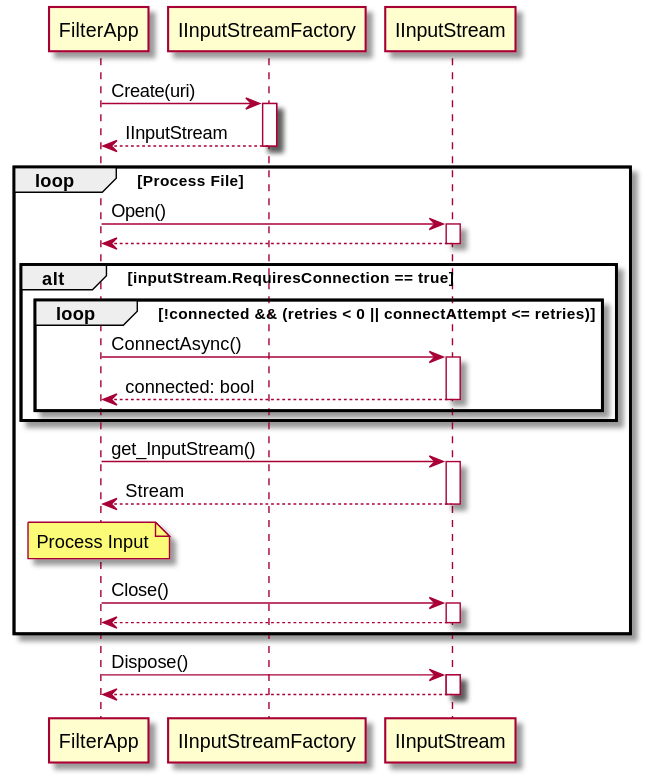
The PlantUML diagram apps/DltDump/docs/out/diagrams/inputstream/Domain.InputStream_Sequence.svg in jcurl/RJCP.DLL.Log, before a commit.
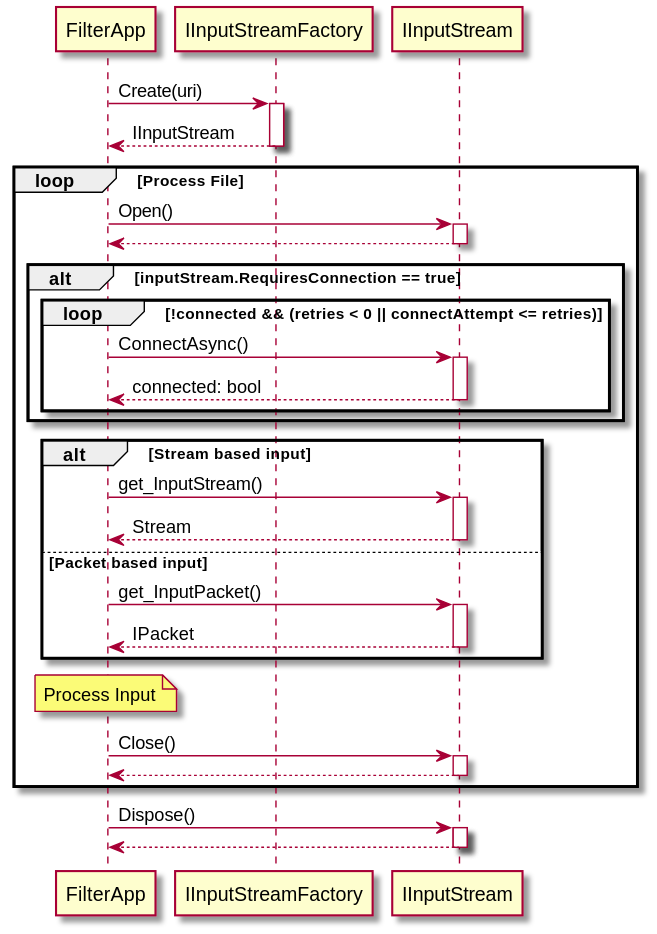
The same file after the commit.

Commit message:
DltDump: Update design for `TracePacketReader` and UDP input data

Change to the diagram source:
```diff
@@ -20,8 +20,17 @@
 
     end
 
-    FilterApp -> IInputStream : get_InputStream()
-    return Stream
+    alt Stream based input
+
+        FilterApp -> IInputStream : get_InputStream()
+        return Stream
+
+    else Packet based input
+
+        FilterApp -> IInputStream : get_InputPacket()
+        return IPacket
+
+    end
 
     note over FilterApp
         Process Input
```
